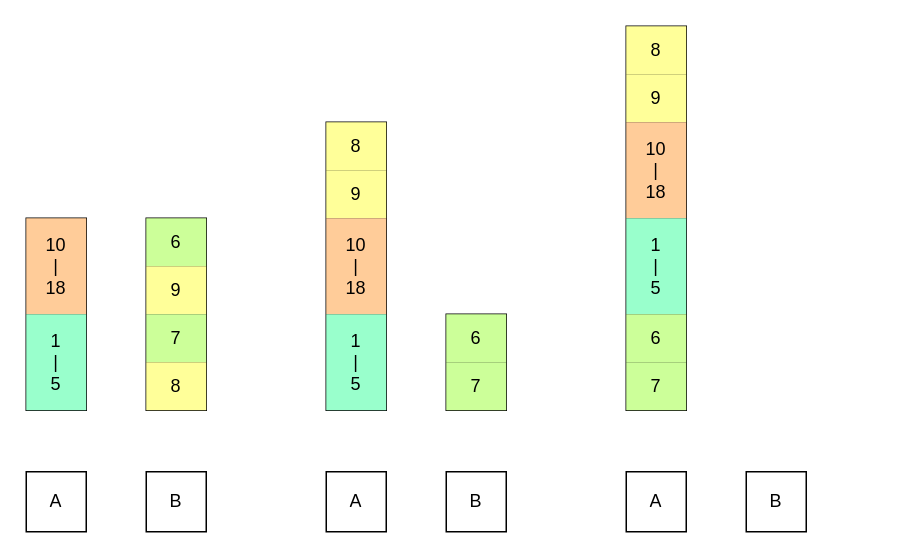
This is page "67確定" (5 of 9) of images/qsort/qsort.dio from welove-t/42Tokyo-push_swap, a draw.io file, before an edit. Source tidied: cells renumbered, new cells numbered last; positions are measured from the earlier drawing's top-left corner, leaving out a move shared by most shapes. Both pictures are drawn from the tidied source at 150%, with x=0, y=0 at pixel (26, 26).
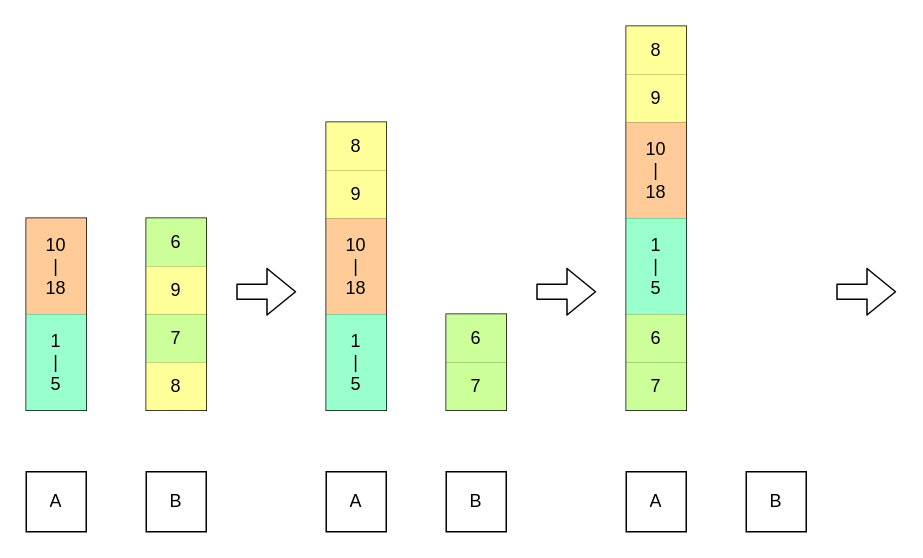
Above is the later version.

Change to the diagram source:
```diff
@@
+    <mxCell id="61" style="shape=flexArrow;endArrow=classic;html=1;" parent="1" edge="1">
+      <mxGeometry relative="1" as="geometry">
+        <mxPoint x="140" y="177" as="sourcePoint" />
+        <mxPoint x="180" y="177" as="targetPoint" />
+      </mxGeometry>
+    </mxCell>
+    <mxCell id="62" style="shape=flexArrow;endArrow=classic;html=1;" parent="1" edge="1">
+      <mxGeometry relative="1" as="geometry">
+        <mxPoint x="340" y="177" as="sourcePoint" />
+        <mxPoint x="380" y="177" as="targetPoint" />
+      </mxGeometry>
+    </mxCell>
+    <mxCell id="63" style="shape=flexArrow;endArrow=classic;html=1;" parent="1" edge="1">
+      <mxGeometry relative="1" as="geometry">
+        <mxPoint x="540" y="177" as="sourcePoint" />
+        <mxPoint x="580" y="177" as="targetPoint" />
+      </mxGeometry>
+    </mxCell>
```
